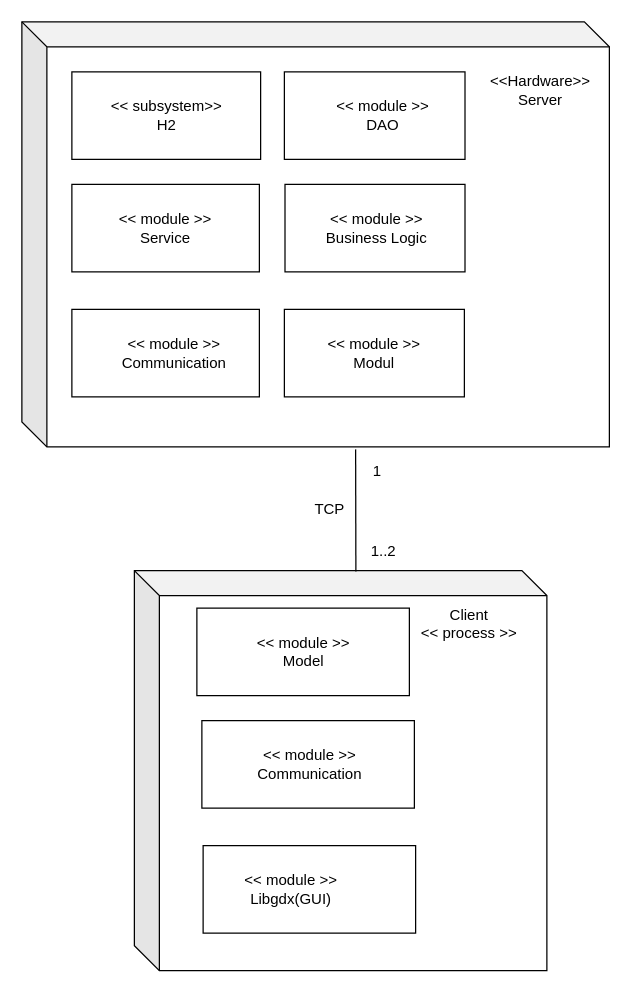
ksreyr/SpaceStudio keeps this draw.io diagram as docs/Ausfuhrungsicht_Quellecode/Ausfuehrungsicht_Diagram-3.drawio. Above is the earlier version. Source tidied: cells renumbered, new cells numbered last; positions are measured from the earlier drawing's top-left corner, leaving out a move shared by most shapes. Both pictures are drawn from the tidied source at 125%, with x=0, y=0 at pixel (21, 21).
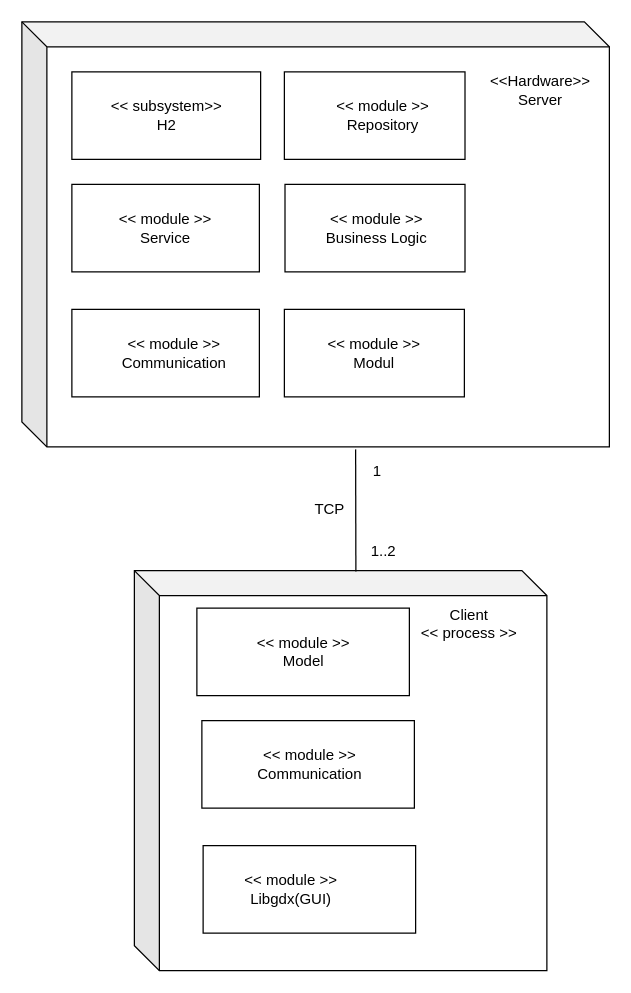
Above is the later version.

Commit message (it also covers changes not shown here):
Update graphic with Repository

Change to the diagram source:
```diff
@@
-    <mxCell id="10" value="&amp;lt;&amp;lt; module &amp;gt;&amp;gt;&lt;br&gt;DAO" style="text;html=1;strokeColor=none;fillColor=none;align=center;verticalAlign=middle;whiteSpace=wrap;rounded=0;" parent="1" vertex="1">
+    <mxCell id="10" value="&amp;lt;&amp;lt; module &amp;gt;&amp;gt;&lt;br&gt;Repository" style="text;html=1;strokeColor=none;fillColor=none;align=center;verticalAlign=middle;whiteSpace=wrap;rounded=0;" parent="1" vertex="1">
       <mxGeometry x="233.5" y="50" width="110" height="50" as="geometry" />
     </mxCell>
```
